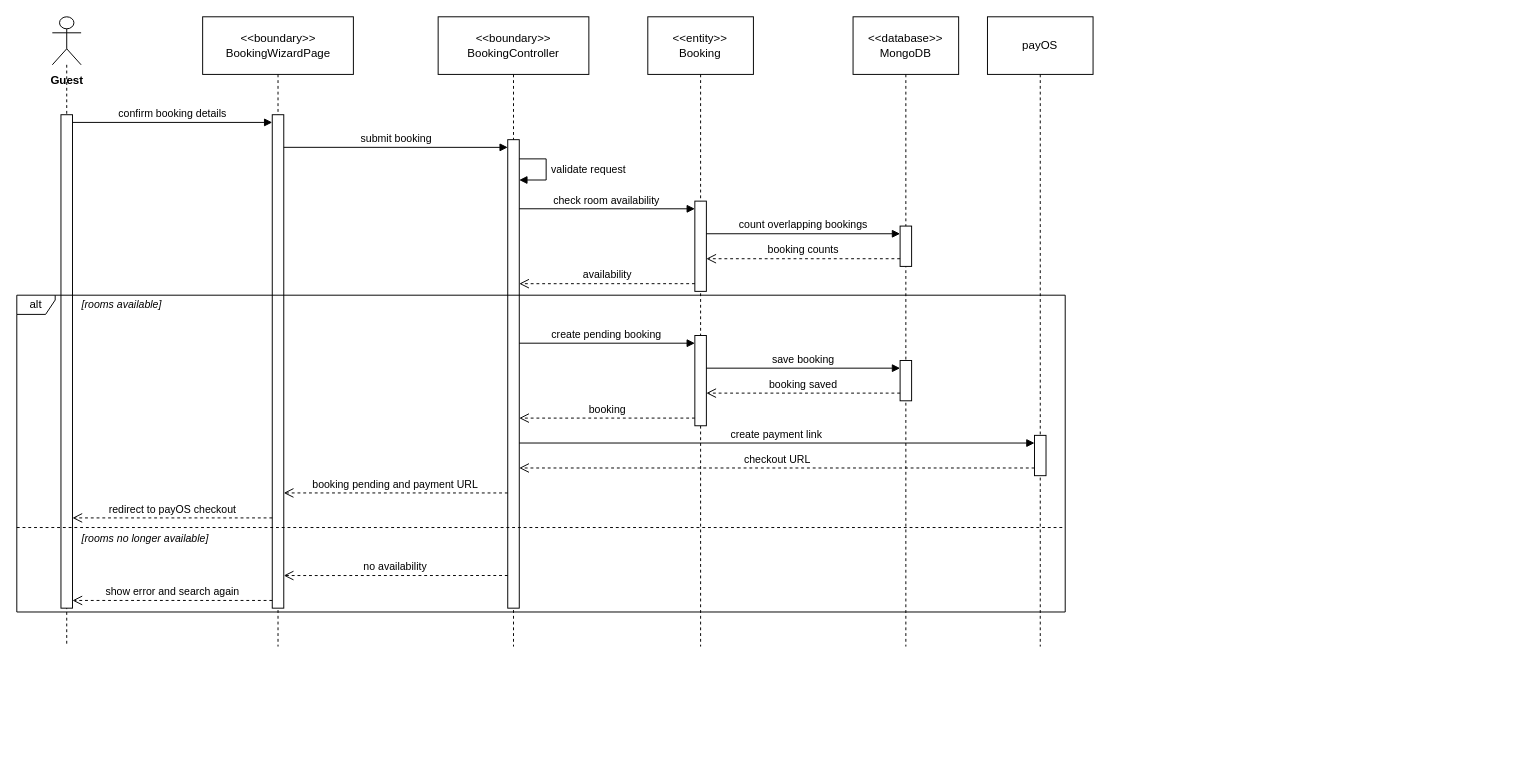
Earlier version of the draw.io diagram final/diagrams/M3_Booking-And-Customer_Diagrams/sequence_diagrams/SD-10_UC-G07_BookRoom.drawio (toikobi401/SWD392). Source tidied: cells renumbered, new cells numbered last; positions are measured from the earlier drawing's top-left corner, leaving out a move shared by most shapes. Both pictures are drawn from the tidied source at 96%, with x=0, y=0 at pixel (16, 16).
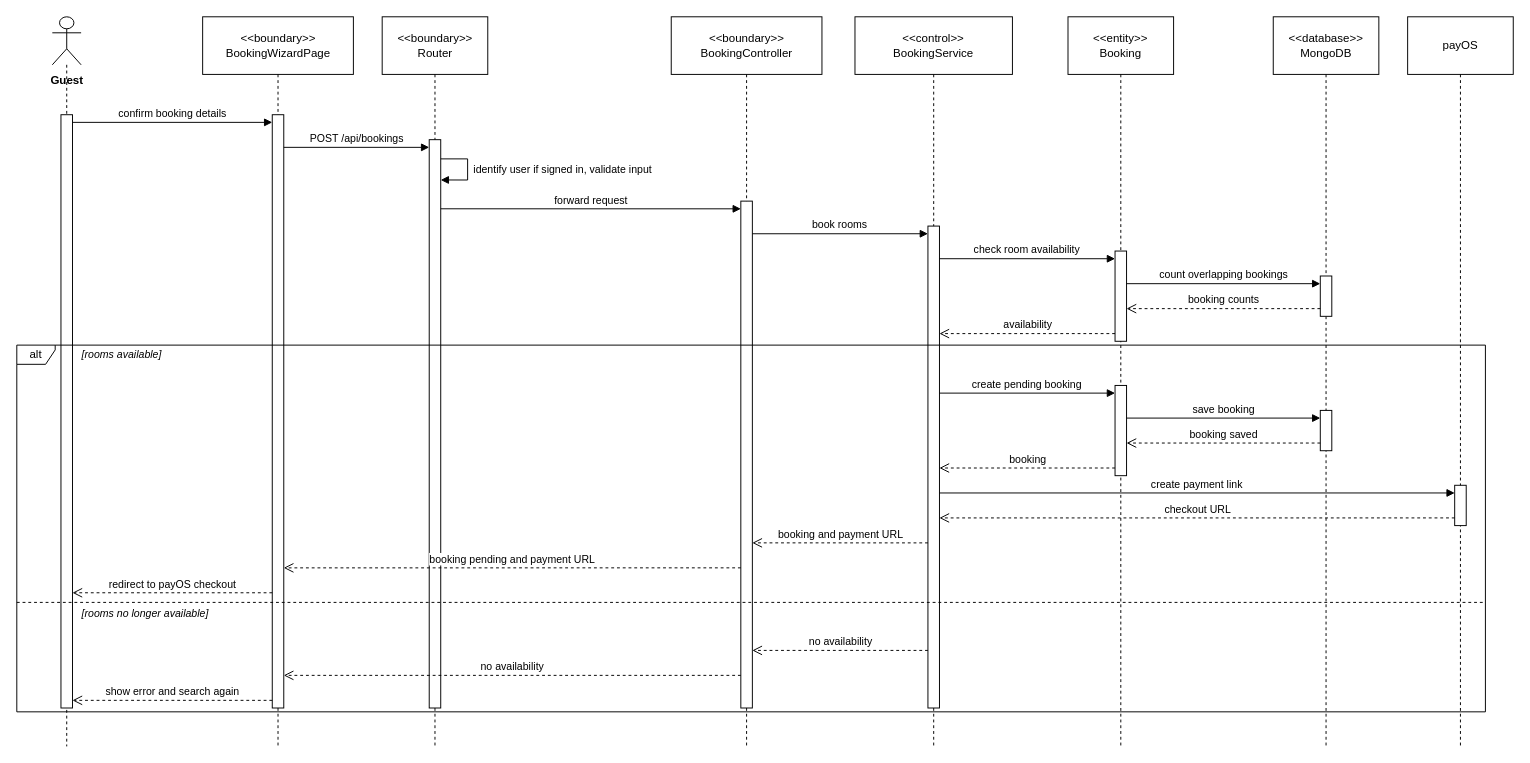
The same diagram, later.

What changed in the source:
```diff
@@
     <mxCell id="2" value="Guest" style="shape=umlLifeline;participant=umlActor;perimeter=lifelinePerimeter;whiteSpace=nowrap;html=1;verticalAlign=top;spacingTop=52;size=50;fontStyle=1;" parent="1" vertex="1">
-      <mxGeometry x="37" width="30" height="656" as="geometry" />
+      <mxGeometry x="37" width="30" height="760" as="geometry" />
     </mxCell>
     <mxCell id="3" value="&amp;lt;&amp;lt;boundary&amp;gt;&amp;gt;&lt;br&gt;BookingWizardPage" style="shape=umlLifeline;perimeter=lifelinePerimeter;whiteSpace=wrap;html=1;size=60;" parent="1" vertex="1">
-      <mxGeometry x="193.6" width="157" height="656" as="geometry" />
+      <mxGeometry x="193.6" width="157" height="760" as="geometry" />
     </mxCell>
+    <mxCell id="37" value="&amp;lt;&amp;lt;boundary&amp;gt;&amp;gt;&lt;br&gt;Router" style="shape=umlLifeline;perimeter=lifelinePerimeter;whiteSpace=wrap;html=1;size=60;" parent="1" vertex="1">
+      <mxGeometry x="380.6" width="110" height="760" as="geometry" />
+    </mxCell>
     <mxCell id="4" value="&amp;lt;&amp;lt;boundary&amp;gt;&amp;gt;&lt;br&gt;BookingController" style="shape=umlLifeline;perimeter=lifelinePerimeter;whiteSpace=wrap;html=1;size=60;" parent="1" vertex="1">
-      <mxGeometry x="438.9" width="157" height="656" as="geometry" />
+      <mxGeometry x="681.7" width="157" height="760" as="geometry" />
     </mxCell>
+    <mxCell id="38" value="&amp;lt;&amp;lt;control&amp;gt;&amp;gt;&lt;br&gt;BookingService" style="shape=umlLifeline;perimeter=lifelinePerimeter;whiteSpace=wrap;html=1;size=60;" parent="1" vertex="1">
+      <mxGeometry x="873.1" width="164" height="760" as="geometry" />
+    </mxCell>
     <mxCell id="5" value="&amp;lt;&amp;lt;entity&amp;gt;&amp;gt;&lt;br&gt;Booking" style="shape=umlLifeline;perimeter=lifelinePerimeter;whiteSpace=wrap;html=1;size=60;" parent="1" vertex="1">
-      <mxGeometry x="657.3" width="110" height="656" as="geometry" />
+      <mxGeometry x="1095" width="110" height="760" as="geometry" />
     </mxCell>
     <mxCell id="6" value="&amp;lt;&amp;lt;database&amp;gt;&amp;gt;&lt;br&gt;MongoDB" style="shape=umlLifeline;perimeter=lifelinePerimeter;whiteSpace=wrap;html=1;size=60;" parent="1" vertex="1">
-      <mxGeometry x="871.1" width="110" height="656" as="geometry" />
+      <mxGeometry x="1308.8" width="110" height="760" as="geometry" />
     </mxCell>
     <mxCell id="7" value="payOS" style="shape=umlLifeline;perimeter=lifelinePerimeter;whiteSpace=wrap;html=1;size=60;" parent="1" vertex="1">
-      <mxGeometry x="1011.1" width="110" height="656" as="geometry" />
+      <mxGeometry x="1448.8" width="110" height="760" as="geometry" />
     </mxCell>
     <mxCell id="8" style="html=1;points=[];perimeter=orthogonalPerimeter;outlineConnect=0;targetShapes=umlLifeline;portConstraint=eastwest;" parent="6" vertex="1">
-      <mxGeometry x="49" y="218" width="12" height="42" as="geometry" />
+      <mxGeometry x="49" y="270" width="12" height="42" as="geometry" />
     </mxCell>
     <mxCell id="9" style="html=1;points=[];perimeter=orthogonalPerimeter;outlineConnect=0;targetShapes=umlLifeline;portConstraint=eastwest;" parent="5" vertex="1">
-      <mxGeometry x="49" y="192" width="12" height="94" as="geometry" />
+      <mxGeometry x="49" y="244" width="12" height="94" as="geometry" />
     </mxCell>
     <mxCell id="10" style="html=1;points=[];perimeter=orthogonalPerimeter;outlineConnect=0;targetShapes=umlLifeline;portConstraint=eastwest;" parent="6" vertex="1">
-      <mxGeometry x="49" y="358" width="12" height="42" as="geometry" />
+      <mxGeometry x="49" y="410" width="12" height="42" as="geometry" />
     </mxCell>
     <mxCell id="11" style="html=1;points=[];perimeter=orthogonalPerimeter;outlineConnect=0;targetShapes=umlLifeline;portConstraint=eastwest;" parent="5" vertex="1">
-      <mxGeometry x="49" y="332" width="12" height="94" as="geometry" />
+      <mxGeometry x="49" y="384" width="12" height="94" as="geometry" />
     </mxCell>
     <mxCell id="12" style="html=1;points=[];perimeter=orthogonalPerimeter;outlineConnect=0;targetShapes=umlLifeline;portConstraint=eastwest;" parent="7" vertex="1">
-      <mxGeometry x="49" y="436" width="12" height="42" as="geometry" />
+      <mxGeometry x="49" y="488" width="12" height="42" as="geometry" />
     </mxCell>
-    <mxCell id="13" style="html=1;points=[];perimeter=orthogonalPerimeter;outlineConnect=0;targetShapes=umlLifeline;portConstraint=eastwest;" parent="4" vertex="1">
-      <mxGeometry x="72.5" y="128" width="12" height="488" as="geometry" />
-    </mxCell>
-    <mxCell id="14" style="html=1;points=[];perimeter=orthogonalPerimeter;outlineConnect=0;targetShapes=umlLifeline;portConstraint=eastwest;" parent="3" vertex="1">
-      <mxGeometry x="72.5" y="102" width="12" height="514" as="geometry" />
-    </mxCell>
-    <mxCell id="15" style="html=1;points=[];perimeter=orthogonalPerimeter;outlineConnect=0;targetShapes=umlLifeline;portConstraint=eastwest;" parent="2" vertex="1">
-      <mxGeometry x="9" y="102" width="12" height="514" as="geometry" />
-    </mxCell>
+    <mxCell id="39" style="html=1;points=[];perimeter=orthogonalPerimeter;outlineConnect=0;targetShapes=umlLifeline;portConstraint=eastwest;" parent="38" vertex="1">
+      <mxGeometry x="76" y="218" width="12" height="502" as="geometry" />
+    </mxCell>
+    <mxCell id="40" style="html=1;points=[];perimeter=orthogonalPerimeter;outlineConnect=0;targetShapes=umlLifeline;portConstraint=eastwest;" parent="4" vertex="1">
+      <mxGeometry x="72.5" y="192" width="12" height="528" as="geometry" />
+    </mxCell>
+    <mxCell id="41" style="html=1;points=[];perimeter=orthogonalPerimeter;outlineConnect=0;targetShapes=umlLifeline;portConstraint=eastwest;" parent="37" vertex="1">
+      <mxGeometry x="49" y="128" width="12" height="592" as="geometry" />
+    </mxCell>
+    <mxCell id="42" style="html=1;points=[];perimeter=orthogonalPerimeter;outlineConnect=0;targetShapes=umlLifeline;portConstraint=eastwest;" parent="3" vertex="1">
+      <mxGeometry x="72.5" y="102" width="12" height="618" as="geometry" />
+    </mxCell>
+    <mxCell id="43" style="html=1;points=[];perimeter=orthogonalPerimeter;outlineConnect=0;targetShapes=umlLifeline;portConstraint=eastwest;" parent="2" vertex="1">
+      <mxGeometry x="9" y="102" width="12" height="618" as="geometry" />
+    </mxCell>
     <mxCell id="16" value="alt" style="shape=umlFrame;whiteSpace=wrap;html=1;width=40;height=20;" parent="1" vertex="1">
-      <mxGeometry y="290" width="1092.1" height="330" as="geometry" />
+      <mxGeometry y="342" width="1529.8" height="382" as="geometry" />
     </mxCell>
     <mxCell id="17" style="endArrow=none;dashed=1;html=1;rounded=0;" parent="1" edge="1">
       <mxGeometry relative="1" as="geometry">
-        <mxPoint y="532" as="sourcePoint" />
-        <mxPoint x="1092.1" y="532" as="targetPoint" />
+        <mxPoint y="610" as="sourcePoint" />
+        <mxPoint x="1529.8" y="610" as="targetPoint" />
       </mxGeometry>
     </mxCell>
     <mxCell id="18" value="[rooms available]" style="text;html=1;align=left;verticalAlign=middle;whiteSpace=nowrap;fontSize=11;fontStyle=2;labelBackgroundColor=#ffffff;" parent="1" vertex="1">
-      <mxGeometry x="66" y="290" width="106.5" height="20" as="geometry" />
+      <mxGeometry x="66" y="342" width="106.5" height="20" as="geometry" />
     </mxCell>
     <mxCell id="19" value="[rooms no longer available]" style="text;html=1;align=left;verticalAlign=middle;whiteSpace=nowrap;fontSize=11;fontStyle=2;labelBackgroundColor=#ffffff;" parent="1" vertex="1">
-      <mxGeometry x="66" y="534" width="169.5" height="20" as="geometry" />
+      <mxGeometry x="66" y="612" width="169.5" height="20" as="geometry" />
     </mxCell>
-    <mxCell id="20" value="confirm booking details" style="html=1;verticalAlign=bottom;rounded=0;fontSize=11;endArrow=block;endFill=1;exitX=1;exitY=0.0156;exitDx=0;exitDy=0;exitPerimeter=0;entryX=0;entryY=0.0156;entryDx=0;entryDy=0;entryPerimeter=0;" parent="1" edge="1" source="15" target="14">
+    <mxCell id="20" value="confirm booking details" style="html=1;verticalAlign=bottom;rounded=0;fontSize=11;endArrow=block;endFill=1;exitX=1;exitY=0.0129;exitDx=0;exitDy=0;exitPerimeter=0;entryX=0;entryY=0.0129;entryDx=0;entryDy=0;entryPerimeter=0;" parent="1" edge="1" source="43" target="42">
       <mxGeometry relative="1" as="geometry" />
     </mxCell>
-    <mxCell id="21" value="submit booking" style="html=1;verticalAlign=bottom;rounded=0;fontSize=11;endArrow=block;endFill=1;exitX=1;exitY=0.0661;exitDx=0;exitDy=0;exitPerimeter=0;entryX=0;entryY=0.0164;entryDx=0;entryDy=0;entryPerimeter=0;" parent="1" edge="1" source="14" target="13">
+    <mxCell id="21" value="POST /api/bookings" style="html=1;verticalAlign=bottom;rounded=0;fontSize=11;endArrow=block;endFill=1;exitX=1;exitY=0.055;exitDx=0;exitDy=0;exitPerimeter=0;entryX=0;entryY=0.0135;entryDx=0;entryDy=0;entryPerimeter=0;" parent="1" edge="1" source="42" target="41">
       <mxGeometry relative="1" as="geometry" />
     </mxCell>
-    <mxCell id="22" value="validate request" style="html=1;align=left;spacingLeft=4;verticalAlign=middle;endArrow=block;endFill=1;rounded=0;fontSize=11;exitX=1;exitY=0.041;exitDx=0;exitDy=0;exitPerimeter=0;entryX=1;entryY=0.0861;entryDx=0;entryDy=0;entryPerimeter=0;" parent="1" edge="1" source="13" target="13">
+    <mxCell id="22" value="identify user if signed in, validate input" style="html=1;align=left;spacingLeft=4;verticalAlign=middle;endArrow=block;endFill=1;rounded=0;fontSize=11;exitX=1;exitY=0.0338;exitDx=0;exitDy=0;exitPerimeter=0;entryX=1;entryY=0.0709;entryDx=0;entryDy=0;entryPerimeter=0;" parent="1" edge="1" source="41" target="41">
       <mxGeometry relative="1" as="geometry">
         <Array as="points">
-          <mxPoint x="551.4" y="148" />
-          <mxPoint x="551.4" y="170" />
+          <mxPoint x="469.6" y="148" />
+          <mxPoint x="469.6" y="170" />
         </Array>
       </mxGeometry>
     </mxCell>
-    <mxCell id="23" value="check room availability" style="html=1;verticalAlign=bottom;rounded=0;fontSize=11;endArrow=block;endFill=1;exitX=1;exitY=0.1475;exitDx=0;exitDy=0;exitPerimeter=0;entryX=0;entryY=0.0851;entryDx=0;entryDy=0;entryPerimeter=0;" parent="1" edge="1" source="13" target="9">
+    <mxCell id="23" value="forward request" style="html=1;verticalAlign=bottom;rounded=0;fontSize=11;endArrow=block;endFill=1;exitX=1;exitY=0.1216;exitDx=0;exitDy=0;exitPerimeter=0;entryX=0;entryY=0.0152;entryDx=0;entryDy=0;entryPerimeter=0;" parent="1" edge="1" source="41" target="40">
       <mxGeometry relative="1" as="geometry" />
     </mxCell>
-    <mxCell id="24" value="count overlapping bookings" style="html=1;verticalAlign=bottom;rounded=0;fontSize=11;endArrow=block;endFill=1;exitX=1;exitY=0.3617;exitDx=0;exitDy=0;exitPerimeter=0;entryX=0;entryY=0.1905;entryDx=0;entryDy=0;entryPerimeter=0;" parent="1" edge="1" source="9" target="8">
+    <mxCell id="24" value="book rooms" style="html=1;verticalAlign=bottom;rounded=0;fontSize=11;endArrow=block;endFill=1;exitX=1;exitY=0.0644;exitDx=0;exitDy=0;exitPerimeter=0;entryX=0;entryY=0.0159;entryDx=0;entryDy=0;entryPerimeter=0;" parent="1" edge="1" source="40" target="39">
       <mxGeometry relative="1" as="geometry" />
     </mxCell>
-    <mxCell id="25" value="booking counts" style="html=1;verticalAlign=bottom;rounded=0;fontSize=11;dashed=1;endArrow=open;endSize=8;exitX=0;exitY=0.8095;exitDx=0;exitDy=0;exitPerimeter=0;entryX=1;entryY=0.6383;entryDx=0;entryDy=0;entryPerimeter=0;" parent="1" edge="1" source="8" target="9">
+    <mxCell id="25" value="check room availability" style="html=1;verticalAlign=bottom;rounded=0;fontSize=11;endArrow=block;endFill=1;exitX=1;exitY=0.0677;exitDx=0;exitDy=0;exitPerimeter=0;entryX=0;entryY=0.0851;entryDx=0;entryDy=0;entryPerimeter=0;" parent="1" edge="1" source="39" target="9">
       <mxGeometry relative="1" as="geometry" />
     </mxCell>
-    <mxCell id="26" value="availability" style="html=1;verticalAlign=bottom;rounded=0;fontSize=11;dashed=1;endArrow=open;endSize=8;exitX=0;exitY=0.9149;exitDx=0;exitDy=0;exitPerimeter=0;entryX=1;entryY=0.3074;entryDx=0;entryDy=0;entryPerimeter=0;" parent="1" edge="1" source="9" target="13">
+    <mxCell id="26" value="count overlapping bookings" style="html=1;verticalAlign=bottom;rounded=0;fontSize=11;endArrow=block;endFill=1;exitX=1;exitY=0.3617;exitDx=0;exitDy=0;exitPerimeter=0;entryX=0;entryY=0.1905;entryDx=0;entryDy=0;entryPerimeter=0;" parent="1" edge="1" source="9" target="8">
       <mxGeometry relative="1" as="geometry" />
     </mxCell>
-    <mxCell id="27" value="create pending booking" style="html=1;verticalAlign=bottom;rounded=0;fontSize=11;endArrow=block;endFill=1;exitX=1;exitY=0.4344;exitDx=0;exitDy=0;exitPerimeter=0;entryX=0;entryY=0.0851;entryDx=0;entryDy=0;entryPerimeter=0;" parent="1" edge="1" source="13" target="11">
+    <mxCell id="27" value="booking counts" style="html=1;verticalAlign=bottom;rounded=0;fontSize=11;dashed=1;endArrow=open;endSize=8;exitX=0;exitY=0.8095;exitDx=0;exitDy=0;exitPerimeter=0;entryX=1;entryY=0.6383;entryDx=0;entryDy=0;entryPerimeter=0;" parent="1" edge="1" source="8" target="9">
       <mxGeometry relative="1" as="geometry" />
     </mxCell>
-    <mxCell id="28" value="save booking" style="html=1;verticalAlign=bottom;rounded=0;fontSize=11;endArrow=block;endFill=1;exitX=1;exitY=0.3617;exitDx=0;exitDy=0;exitPerimeter=0;entryX=0;entryY=0.1905;entryDx=0;entryDy=0;entryPerimeter=0;" parent="1" edge="1" source="11" target="10">
+    <mxCell id="28" value="availability" style="html=1;verticalAlign=bottom;rounded=0;fontSize=11;dashed=1;endArrow=open;endSize=8;exitX=0;exitY=0.9149;exitDx=0;exitDy=0;exitPerimeter=0;entryX=1;entryY=0.2231;entryDx=0;entryDy=0;entryPerimeter=0;" parent="1" edge="1" source="9" target="39">
       <mxGeometry relative="1" as="geometry" />
     </mxCell>
-    <mxCell id="29" value="booking saved" style="html=1;verticalAlign=bottom;rounded=0;fontSize=11;dashed=1;endArrow=open;endSize=8;exitX=0;exitY=0.8095;exitDx=0;exitDy=0;exitPerimeter=0;entryX=1;entryY=0.6383;entryDx=0;entryDy=0;entryPerimeter=0;" parent="1" edge="1" source="10" target="11">
+    <mxCell id="29" value="create pending booking" style="html=1;verticalAlign=bottom;rounded=0;fontSize=11;endArrow=block;endFill=1;exitX=1;exitY=0.3466;exitDx=0;exitDy=0;exitPerimeter=0;entryX=0;entryY=0.0851;entryDx=0;entryDy=0;entryPerimeter=0;" parent="1" edge="1" source="39" target="11">
       <mxGeometry relative="1" as="geometry" />
     </mxCell>
-    <mxCell id="30" value="booking" style="html=1;verticalAlign=bottom;rounded=0;fontSize=11;dashed=1;endArrow=open;endSize=8;exitX=0;exitY=0.9149;exitDx=0;exitDy=0;exitPerimeter=0;entryX=1;entryY=0.5943;entryDx=0;entryDy=0;entryPerimeter=0;" parent="1" edge="1" source="11" target="13">
+    <mxCell id="30" value="save booking" style="html=1;verticalAlign=bottom;rounded=0;fontSize=11;endArrow=block;endFill=1;exitX=1;exitY=0.3617;exitDx=0;exitDy=0;exitPerimeter=0;entryX=0;entryY=0.1905;entryDx=0;entryDy=0;entryPerimeter=0;" parent="1" edge="1" source="11" target="10">
       <mxGeometry relative="1" as="geometry" />
     </mxCell>
-    <mxCell id="31" value="create payment link" style="html=1;verticalAlign=bottom;rounded=0;fontSize=11;endArrow=block;endFill=1;exitX=1;exitY=0.6475;exitDx=0;exitDy=0;exitPerimeter=0;entryX=0;entryY=0.1905;entryDx=0;entryDy=0;entryPerimeter=0;" parent="1" edge="1" source="13" target="12">
+    <mxCell id="31" value="booking saved" style="html=1;verticalAlign=bottom;rounded=0;fontSize=11;dashed=1;endArrow=open;endSize=8;exitX=0;exitY=0.8095;exitDx=0;exitDy=0;exitPerimeter=0;entryX=1;entryY=0.6383;entryDx=0;entryDy=0;entryPerimeter=0;" parent="1" edge="1" source="10" target="11">
       <mxGeometry relative="1" as="geometry" />
     </mxCell>
-    <mxCell id="32" value="checkout URL" style="html=1;verticalAlign=bottom;rounded=0;fontSize=11;dashed=1;endArrow=open;endSize=8;exitX=0;exitY=0.8095;exitDx=0;exitDy=0;exitPerimeter=0;entryX=1;entryY=0.7008;entryDx=0;entryDy=0;entryPerimeter=0;" parent="1" edge="1" source="12" target="13">
+    <mxCell id="32" value="booking" style="html=1;verticalAlign=bottom;rounded=0;fontSize=11;dashed=1;endArrow=open;endSize=8;exitX=0;exitY=0.9149;exitDx=0;exitDy=0;exitPerimeter=0;entryX=1;entryY=0.502;entryDx=0;entryDy=0;entryPerimeter=0;" parent="1" edge="1" source="11" target="39">
       <mxGeometry relative="1" as="geometry" />
     </mxCell>
-    <mxCell id="33" value="booking pending and payment URL" style="html=1;verticalAlign=bottom;rounded=0;fontSize=11;dashed=1;endArrow=open;endSize=8;exitX=0;exitY=0.7541;exitDx=0;exitDy=0;exitPerimeter=0;entryX=1;entryY=0.7665;entryDx=0;entryDy=0;entryPerimeter=0;" parent="1" edge="1" source="13" target="14">
+    <mxCell id="33" value="create payment link" style="html=1;verticalAlign=bottom;rounded=0;fontSize=11;endArrow=block;endFill=1;exitX=1;exitY=0.5538;exitDx=0;exitDy=0;exitPerimeter=0;entryX=0;entryY=0.1905;entryDx=0;entryDy=0;entryPerimeter=0;" parent="1" edge="1" source="39" target="12">
       <mxGeometry relative="1" as="geometry" />
     </mxCell>
-    <mxCell id="34" value="redirect to payOS checkout" style="html=1;verticalAlign=bottom;rounded=0;fontSize=11;dashed=1;endArrow=open;endSize=8;exitX=0;exitY=0.8171;exitDx=0;exitDy=0;exitPerimeter=0;entryX=1;entryY=0.8171;entryDx=0;entryDy=0;entryPerimeter=0;" parent="1" edge="1" source="14" target="15">
+    <mxCell id="34" value="checkout URL" style="html=1;verticalAlign=bottom;rounded=0;fontSize=11;dashed=1;endArrow=open;endSize=8;exitX=0;exitY=0.8095;exitDx=0;exitDy=0;exitPerimeter=0;entryX=1;entryY=0.6056;entryDx=0;entryDy=0;entryPerimeter=0;" parent="1" edge="1" source="12" target="39">
       <mxGeometry relative="1" as="geometry" />
     </mxCell>
-    <mxCell id="35" value="no availability" style="html=1;verticalAlign=bottom;rounded=0;fontSize=11;dashed=1;endArrow=open;endSize=8;exitX=0;exitY=0.9303;exitDx=0;exitDy=0;exitPerimeter=0;entryX=1;entryY=0.9339;entryDx=0;entryDy=0;entryPerimeter=0;" parent="1" edge="1" source="13" target="14">
+    <mxCell id="35" value="booking and payment URL" style="html=1;verticalAlign=bottom;rounded=0;fontSize=11;dashed=1;endArrow=open;endSize=8;exitX=0;exitY=0.6574;exitDx=0;exitDy=0;exitPerimeter=0;entryX=1;entryY=0.6742;entryDx=0;entryDy=0;entryPerimeter=0;" parent="1" edge="1" source="39" target="40">
       <mxGeometry relative="1" as="geometry" />
     </mxCell>
-    <mxCell id="36" value="show error and search again" style="html=1;verticalAlign=bottom;rounded=0;fontSize=11;dashed=1;endArrow=open;endSize=8;exitX=0;exitY=0.9844;exitDx=0;exitDy=0;exitPerimeter=0;entryX=1;entryY=0.9844;entryDx=0;entryDy=0;entryPerimeter=0;" parent="1" edge="1" source="14" target="15">
+    <mxCell id="36" value="booking pending and payment URL" style="html=1;verticalAlign=bottom;rounded=0;fontSize=11;dashed=1;endArrow=open;endSize=8;exitX=0;exitY=0.7235;exitDx=0;exitDy=0;exitPerimeter=0;entryX=1;entryY=0.7638;entryDx=0;entryDy=0;entryPerimeter=0;" parent="1" edge="1" source="40" target="42">
       <mxGeometry relative="1" as="geometry" />
     </mxCell>
+    <mxCell id="44" value="redirect to payOS checkout" style="html=1;verticalAlign=bottom;rounded=0;fontSize=11;dashed=1;endArrow=open;endSize=8;exitX=0;exitY=0.8058;exitDx=0;exitDy=0;exitPerimeter=0;entryX=1;entryY=0.8058;entryDx=0;entryDy=0;entryPerimeter=0;" parent="1" edge="1" source="42" target="43">
+      <mxGeometry relative="1" as="geometry" />
+    </mxCell>
+    <mxCell id="45" value="no availability" style="html=1;verticalAlign=bottom;rounded=0;fontSize=11;dashed=1;endArrow=open;endSize=8;exitX=0;exitY=0.8805;exitDx=0;exitDy=0;exitPerimeter=0;entryX=1;entryY=0.8864;entryDx=0;entryDy=0;entryPerimeter=0;" parent="1" edge="1" source="39" target="40">
+      <mxGeometry relative="1" as="geometry" />
+    </mxCell>
+    <mxCell id="46" value="no availability" style="html=1;verticalAlign=bottom;rounded=0;fontSize=11;dashed=1;endArrow=open;endSize=8;exitX=0;exitY=0.9356;exitDx=0;exitDy=0;exitPerimeter=0;entryX=1;entryY=0.945;entryDx=0;entryDy=0;entryPerimeter=0;" parent="1" edge="1" source="40" target="42">
+      <mxGeometry relative="1" as="geometry" />
+    </mxCell>
+    <mxCell id="47" value="show error and search again" style="html=1;verticalAlign=bottom;rounded=0;fontSize=11;dashed=1;endArrow=open;endSize=8;exitX=0;exitY=0.9871;exitDx=0;exitDy=0;exitPerimeter=0;entryX=1;entryY=0.9871;entryDx=0;entryDy=0;entryPerimeter=0;" parent="1" edge="1" source="42" target="43">
+      <mxGeometry relative="1" as="geometry" />
+    </mxCell>
```
